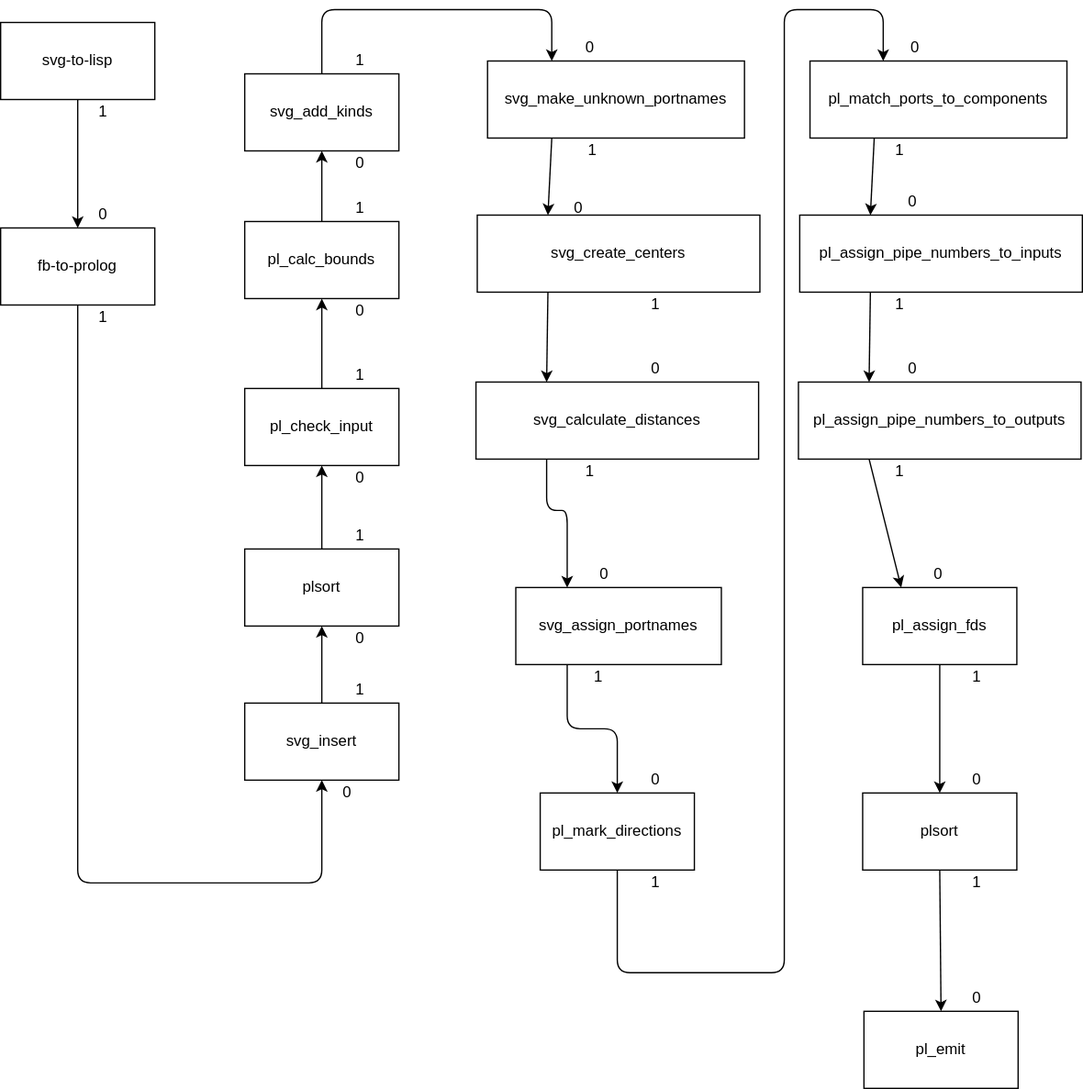
Earlier version of the draw.io export svg/svg_compiler.svg (bmfbp/bmfbp). Source tidied: cells renumbered, new cells last; positions are measured from the earlier drawing's top-left corner, leaving out a move shared by most shapes.
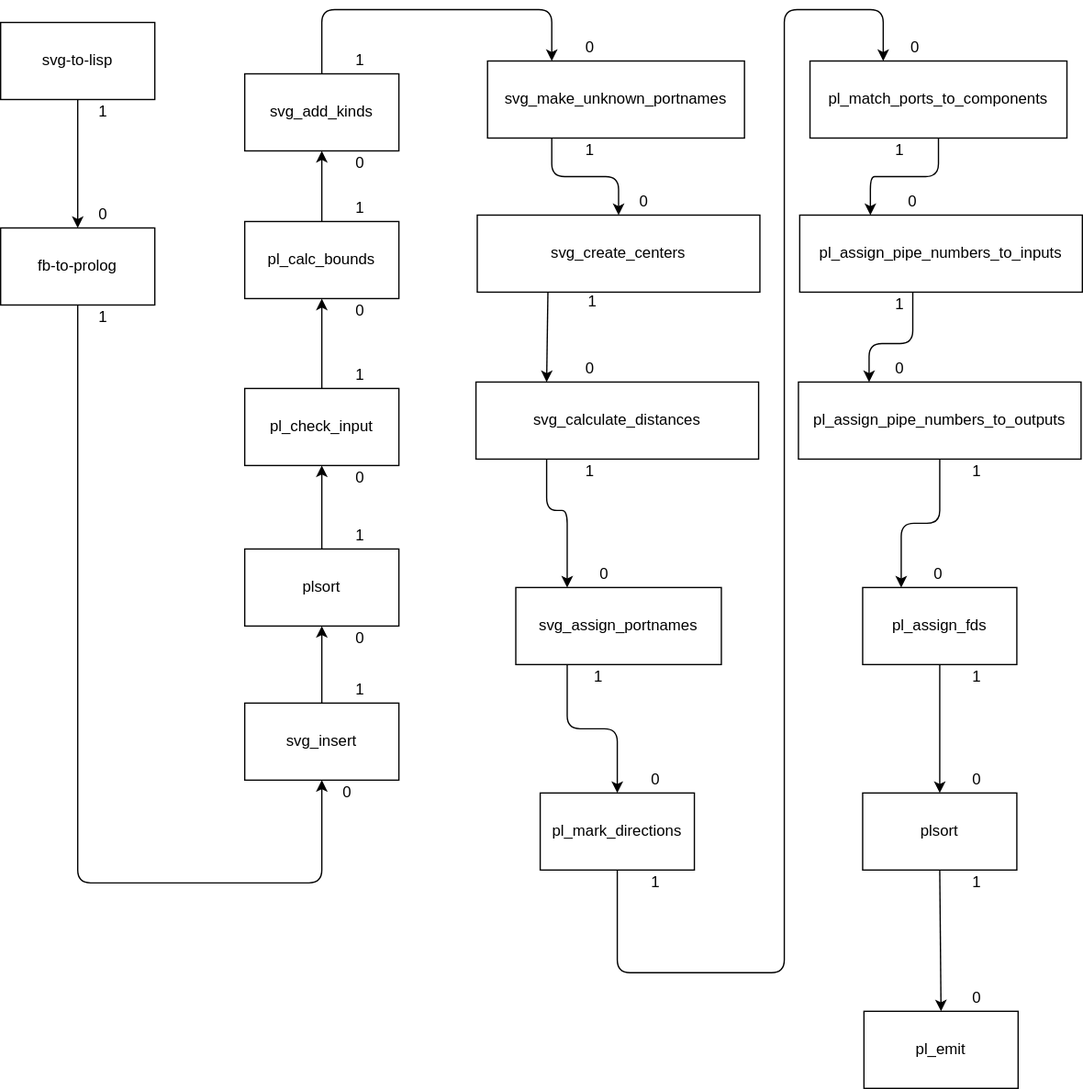
Above is the later version.

Commit message:
diagram that seems to work

Change to the diagram source:
```diff
@@ -57,10 +57,10 @@
       <mxGeometry x="260" y="520" width="40" height="20" as="geometry" />
     </mxCell>
     <mxCell id="16" value="0" style="text;strokeColor=none;fillColor=none;align=center;verticalAlign=middle;rounded=0;" parent="1" vertex="1">
-      <mxGeometry x="430" y="145" width="40" height="20" as="geometry" />
+      <mxGeometry x="481" y="140" width="40" height="20" as="geometry" />
     </mxCell>
     <mxCell id="17" value="0" style="text;strokeColor=none;fillColor=none;align=center;verticalAlign=middle;rounded=0;" parent="1" vertex="1">
-      <mxGeometry x="490" y="270" width="40" height="20" as="geometry" />
+      <mxGeometry x="439" y="270" width="40" height="20" as="geometry" />
     </mxCell>
     <mxCell id="18" value="0" style="text;strokeColor=none;fillColor=none;align=center;verticalAlign=middle;rounded=0;" parent="1" vertex="1">
       <mxGeometry x="450" y="430" width="40" height="20" as="geometry" />
@@ -78,13 +78,13 @@
       <mxGeometry x="260" y="225" width="40" height="20" as="geometry" />
     </mxCell>
     <mxCell id="23" value="1" style="text;strokeColor=none;fillColor=none;align=center;verticalAlign=middle;rounded=0;" parent="1" vertex="1">
-      <mxGeometry x="490" y="220" width="40" height="20" as="geometry" />
+      <mxGeometry x="441" y="217.5" width="40" height="20" as="geometry" />
     </mxCell>
     <mxCell id="24" value="1" style="text;strokeColor=none;fillColor=none;align=center;verticalAlign=middle;rounded=0;" parent="1" vertex="1">
       <mxGeometry x="445.5" y="510" width="40" height="20" as="geometry" />
     </mxCell>
     <mxCell id="25" value="1" style="text;strokeColor=none;fillColor=none;align=center;verticalAlign=middle;rounded=0;" parent="1" vertex="1">
-      <mxGeometry x="441" y="100" width="40" height="20" as="geometry" />
+      <mxGeometry x="439" y="100" width="40" height="20" as="geometry" />
     </mxCell>
     <mxCell id="26" value="0" style="text;strokeColor=none;fillColor=none;align=center;verticalAlign=middle;rounded=0;" parent="1" vertex="1">
       <mxGeometry x="250" y="600" width="40" height="20" as="geometry" />
@@ -143,12 +143,14 @@
     <mxCell id="44" value="plsort" style="rounded=0;" parent="1" vertex="1">
       <mxGeometry x="671" y="610" width="120" height="60" as="geometry" />
     </mxCell>
-    <mxCell id="45" style="endArrow=classic;entryX=0.25;entryY=0;exitX=0.25;exitY=1;" parent="1" edge="1" source="41" target="42">
-      <mxGeometry relative="1" as="geometry" />
+    <mxCell id="45" style="endArrow=classic;entryX=0.25;entryY=0;exitX=0.75;exitY=0;" parent="1" edge="1" source="54" target="42">
+      <mxGeometry relative="1" as="geometry">
+        <Array as="points">
+          <mxPoint x="710" y="260" />
+          <mxPoint x="676" y="260" />
+        </Array>
+      </mxGeometry>
     </mxCell>
-    <mxCell id="46" style="endArrow=classic;entryX=0.25;entryY=0;exitX=0.25;exitY=1;" parent="1" edge="1" source="42" target="43">
-      <mxGeometry relative="1" as="geometry" />
-    </mxCell>
     <mxCell id="47" style="endArrow=classic;entryX=0.5;entryY=0;exitX=0.5;exitY=1;" parent="1" edge="1" source="43" target="44">
       <mxGeometry relative="1" as="geometry" />
     </mxCell>
@@ -159,7 +161,7 @@
       <mxGeometry x="690" y="140" width="40" height="20" as="geometry" />
     </mxCell>
     <mxCell id="50" value="0" style="text;strokeColor=none;fillColor=none;align=center;verticalAlign=middle;rounded=0;" parent="1" vertex="1">
-      <mxGeometry x="690" y="270" width="40" height="20" as="geometry" />
+      <mxGeometry x="680" y="270" width="40" height="20" as="geometry" />
     </mxCell>
     <mxCell id="51" value="0" style="text;strokeColor=none;fillColor=none;align=center;verticalAlign=middle;rounded=0;" parent="1" vertex="1">
       <mxGeometry x="710" y="430" width="40" height="20" as="geometry" />
@@ -168,7 +170,7 @@
       <mxGeometry x="740" y="590" width="40" height="20" as="geometry" />
     </mxCell>
     <mxCell id="53" value="1" style="text;strokeColor=none;fillColor=none;align=center;verticalAlign=middle;rounded=0;" parent="1" vertex="1">
-      <mxGeometry x="680" y="350" width="40" height="20" as="geometry" />
+      <mxGeometry x="740" y="350" width="40" height="20" as="geometry" />
     </mxCell>
     <mxCell id="54" value="1" style="text;strokeColor=none;fillColor=none;align=center;verticalAlign=middle;rounded=0;" parent="1" vertex="1">
       <mxGeometry x="680" y="220" width="40" height="20" as="geometry" />
@@ -210,9 +212,6 @@
         </Array>
       </mxGeometry>
     </mxCell>
-    <mxCell id="64" style="endArrow=classic;html=1;entryX=0.25;entryY=0;exitX=0.25;exitY=1;" parent="1" edge="1" source="5" target="6">
-      <mxGeometry relative="1" as="geometry" />
-    </mxCell>
     <mxCell id="65" style="endArrow=classic;html=1;entryX=0.285;entryY=0;exitX=0.5;exitY=1;entryPerimeter=0;" parent="1" edge="1" source="9" target="40">
       <mxGeometry relative="1" as="geometry">
         <Array as="points">
@@ -223,8 +222,14 @@
         </Array>
       </mxGeometry>
     </mxCell>
-    <mxCell id="66" style="endArrow=classic;html=1;entryX=0.25;entryY=0;exitX=0.25;exitY=1;" parent="1" edge="1" source="40" target="41">
-      <mxGeometry relative="1" as="geometry" />
+    <mxCell id="66" style="endArrow=classic;html=1;entryX=0.25;entryY=0;exitX=0.5;exitY=1;" parent="1" edge="1" source="40" target="41">
+      <mxGeometry relative="1" as="geometry">
+        <Array as="points">
+          <mxPoint x="730" y="130" />
+          <mxPoint x="690" y="130" />
+          <mxPoint x="677" y="130" />
+        </Array>
+      </mxGeometry>
     </mxCell>
     <mxCell id="67" style="endArrow=classic;html=1;exitX=0.5;exitY=0;entryX=0.5;entryY=1;" parent="1" edge="1" source="27" target="3">
       <mxGeometry relative="1" as="geometry" />
@@ -238,5 +243,21 @@
     <mxCell id="70" style="endArrow=classic;html=1;entryX=0.5;entryY=1;exitX=0.5;exitY=0;" parent="1" edge="1" source="3" target="35">
       <mxGeometry relative="1" as="geometry" />
     </mxCell>
+    <mxCell id="64" style="endArrow=classic;html=1;entryX=0.5;entryY=0;exitX=0.25;exitY=1;" parent="1" edge="1" source="5" target="6">
+      <mxGeometry relative="1" as="geometry">
+        <Array as="points">
+          <mxPoint x="429" y="130" />
+          <mxPoint x="481" y="130" />
+        </Array>
+      </mxGeometry>
+    </mxCell>
+    <mxCell id="46" style="endArrow=classic;html=1;entryX=0.25;entryY=0;exitX=0.5;exitY=1;" parent="1" edge="1" source="42" target="43">
+      <mxGeometry relative="1" as="geometry">
+        <Array as="points">
+          <mxPoint x="731" y="400" />
+          <mxPoint x="701" y="400" />
+        </Array>
+      </mxGeometry>
+    </mxCell>
   </root>
 </mxGraphModel>
```
